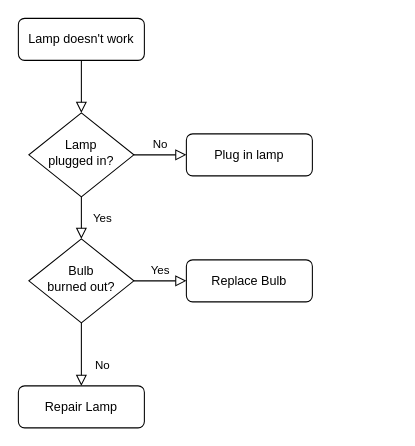
shay1987/ForNirG keeps this draw.io diagram as Untitled Diagram.drawio. Above is the earlier version. Source tidied: cells renumbered, new cells numbered last; positions are measured from the earlier drawing's top-left corner, leaving out a move shared by most shapes. Both pictures are drawn from the tidied source at 105%, with x=0, y=0 at pixel (18, 18).
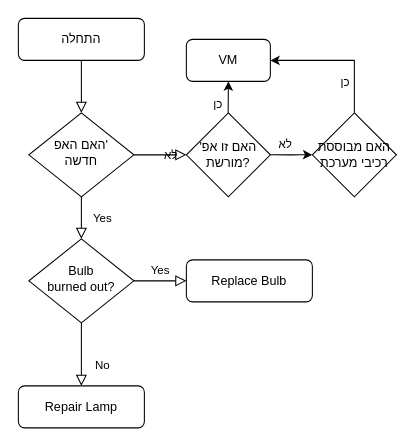
After the change.

What changed in the source:
```diff
@@
-    <mxCell id="3" value="Lamp doesn't work" style="rounded=1;whiteSpace=wrap;html=1;fontSize=12;glass=0;strokeWidth=1;shadow=0;" parent="1" vertex="1">
+    <mxCell id="3" value="התחלה" style="rounded=1;whiteSpace=wrap;html=1;fontSize=12;glass=0;strokeWidth=1;shadow=0;" parent="1" vertex="1">
       <mxGeometry width="120" height="40" as="geometry" />
     </mxCell>
@@
-    <mxCell id="5" value="No" style="edgeStyle=orthogonalEdgeStyle;rounded=0;html=1;jettySize=auto;fontSize=11;endArrow=block;endFill=0;endSize=8;strokeWidth=1;shadow=0;labelBackgroundColor=none;" parent="1" edge="1" source="6" target="7">
-      <mxGeometry y="10" relative="1" as="geometry" />
+    <mxCell id="5" value="לא" style="edgeStyle=orthogonalEdgeStyle;rounded=0;html=1;jettySize=auto;fontSize=11;endArrow=block;endFill=0;endSize=8;strokeWidth=1;shadow=0;labelBackgroundColor=none;" parent="1" edge="1" source="6">
+      <mxGeometry y="10" relative="1" as="geometry">
+        <mxPoint x="160" y="130" as="targetPoint" />
+      </mxGeometry>
     </mxCell>
-    <mxCell id="6" value="Lamp&lt;br&gt;plugged in?" style="rhombus;whiteSpace=wrap;html=1;shadow=0;fontFamily=Helvetica;fontSize=12;align=center;strokeWidth=1;spacing=6;spacingTop=-4;" parent="1" vertex="1">
+    <mxCell id="6" value="&lt;div&gt;האם האפ'&lt;/div&gt;&lt;div&gt;חדשה&lt;br&gt;&lt;/div&gt;" style="rhombus;whiteSpace=wrap;html=1;shadow=0;fontFamily=Helvetica;fontSize=12;align=center;strokeWidth=1;spacing=6;spacingTop=-4;" parent="1" vertex="1">
       <mxGeometry x="10" y="90" width="100" height="80" as="geometry" />
     </mxCell>
-    <mxCell id="7" value="Plug in lamp" style="rounded=1;whiteSpace=wrap;html=1;fontSize=12;glass=0;strokeWidth=1;shadow=0;" parent="1" vertex="1">
-      <mxGeometry x="160" y="110" width="120" height="40" as="geometry" />
-    </mxCell>
@@
+    <mxCell id="13" value="האם זו אפ' מורשת?" style="rhombus;whiteSpace=wrap;html=1;" parent="1" vertex="1">
+      <mxGeometry x="160" y="90" width="80" height="80" as="geometry" />
+    </mxCell>
+    <mxCell id="14" style="endArrow=classic;html=1;rounded=0;" parent="1" edge="1">
+      <mxGeometry relative="1" as="geometry">
+        <mxPoint x="199.8" y="90" as="sourcePoint" />
+        <mxPoint x="200" y="60" as="targetPoint" />
+      </mxGeometry>
+    </mxCell>
+    <mxCell id="15" value="כן" style="edgeLabel;html=1;align=center;verticalAlign=middle;" parent="14" vertex="1">
+      <mxGeometry x="-0.41" y="-1" relative="1" as="geometry">
+        <mxPoint x="-11" as="offset" />
+      </mxGeometry>
+    </mxCell>
+    <mxCell id="16" value="VM" style="rounded=1;whiteSpace=wrap;html=1;" parent="1" vertex="1">
+      <mxGeometry x="160" y="20" width="80" height="40" as="geometry" />
+    </mxCell>
+    <mxCell id="17" style="endArrow=classic;html=1;rounded=0;" parent="1" edge="1">
+      <mxGeometry relative="1" as="geometry">
+        <mxPoint x="240" y="129.8" as="sourcePoint" />
+        <mxPoint x="280" y="130" as="targetPoint" />
+        <Array as="points">
+          <mxPoint x="260" y="130" />
+          <mxPoint x="270" y="129.8" />
+        </Array>
+      </mxGeometry>
+    </mxCell>
+    <mxCell id="18" value="לא" style="edgeLabel;html=1;align=center;verticalAlign=middle;" parent="17" vertex="1">
+      <mxGeometry x="-0.22" relative="1" as="geometry">
+        <mxPoint x="-2" y="-10" as="offset" />
+      </mxGeometry>
+    </mxCell>
+    <mxCell id="19" value="האם מבוססת רכיבי מערכת" style="rhombus;whiteSpace=wrap;html=1;" parent="1" vertex="1">
+      <mxGeometry x="280" y="90" width="80" height="80" as="geometry" />
+    </mxCell>
+    <mxCell id="20" style="endArrow=classic;html=1;rounded=0;entryX=1;entryY=0.5;entryDx=0;entryDy=0;" parent="1" edge="1" target="16">
+      <mxGeometry relative="1" as="geometry">
+        <mxPoint x="320" y="90" as="sourcePoint" />
+        <Array as="points">
+          <mxPoint x="320" y="40" />
+        </Array>
+      </mxGeometry>
+    </mxCell>
+    <mxCell id="21" value="כן" style="edgeLabel;html=1;align=center;verticalAlign=middle;" parent="20" vertex="1">
+      <mxGeometry x="-0.55" y="-1" relative="1" as="geometry">
+        <mxPoint x="-11" y="-1" as="offset" />
+      </mxGeometry>
+    </mxCell>
```
